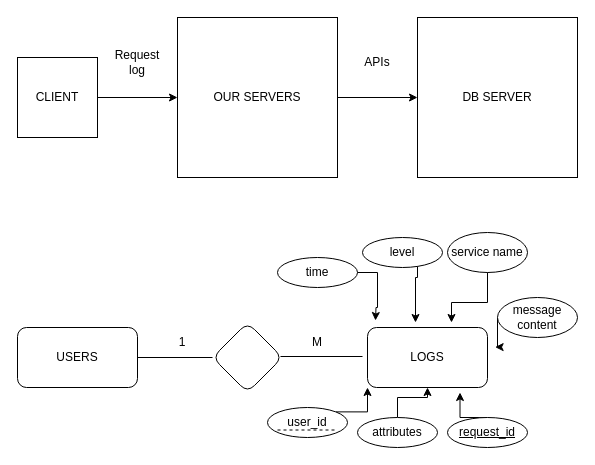
Before: finalproject.drawio in raneemkhalil/FTS-finalproject, a draw.io diagram. Source tidied: cells renumbered, new cells numbered last; positions are measured from the earlier drawing's top-left corner, leaving out a move shared by most shapes. Both pictures are drawn from the tidied source at 100%, with x=0, y=0 at pixel (17, 17).
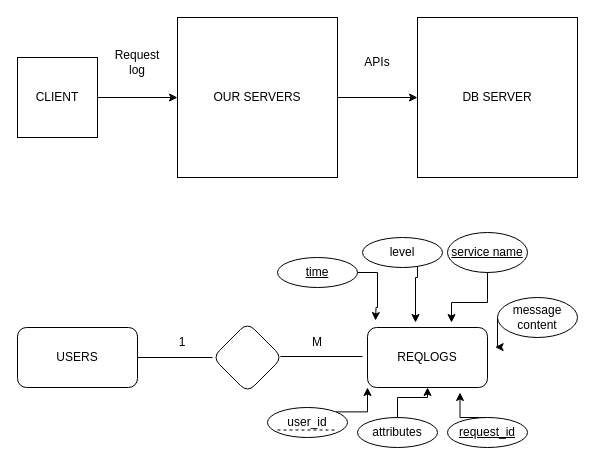
After the change.

Commit message:
update ER diagram to be up to date with the schema logic

Diff of the diagram source:
```diff
@@
-    <mxCell id="9" value="LOGS" style="rounded=1;whiteSpace=wrap;html=1;" parent="1" vertex="1">
+    <mxCell id="9" value="REQLOGS" style="rounded=1;whiteSpace=wrap;html=1;" parent="1" vertex="1">
       <mxGeometry x="350" y="310" width="120" height="60" as="geometry" />
     </mxCell>
@@
-    <mxCell id="16" value="time" style="ellipse;whiteSpace=wrap;html=1;shapeInside=1;" parent="1" vertex="1">
+    <mxCell id="16" value="&lt;u&gt;time&lt;/u&gt;" style="ellipse;whiteSpace=wrap;html=1;shapeInside=1;" parent="1" vertex="1">
       <mxGeometry x="260" y="240" width="80" height="30" as="geometry" />
     </mxCell>
@@
-    <mxCell id="23" value="service name" style="ellipse;whiteSpace=wrap;html=1;shapeInside=1;" parent="1" vertex="1">
+    <mxCell id="23" value="&lt;u&gt;service name&lt;/u&gt;" style="ellipse;whiteSpace=wrap;html=1;shapeInside=1;" parent="1" vertex="1">
       <mxGeometry x="430" y="215" width="80" height="40" as="geometry" />
     </mxCell>
```
